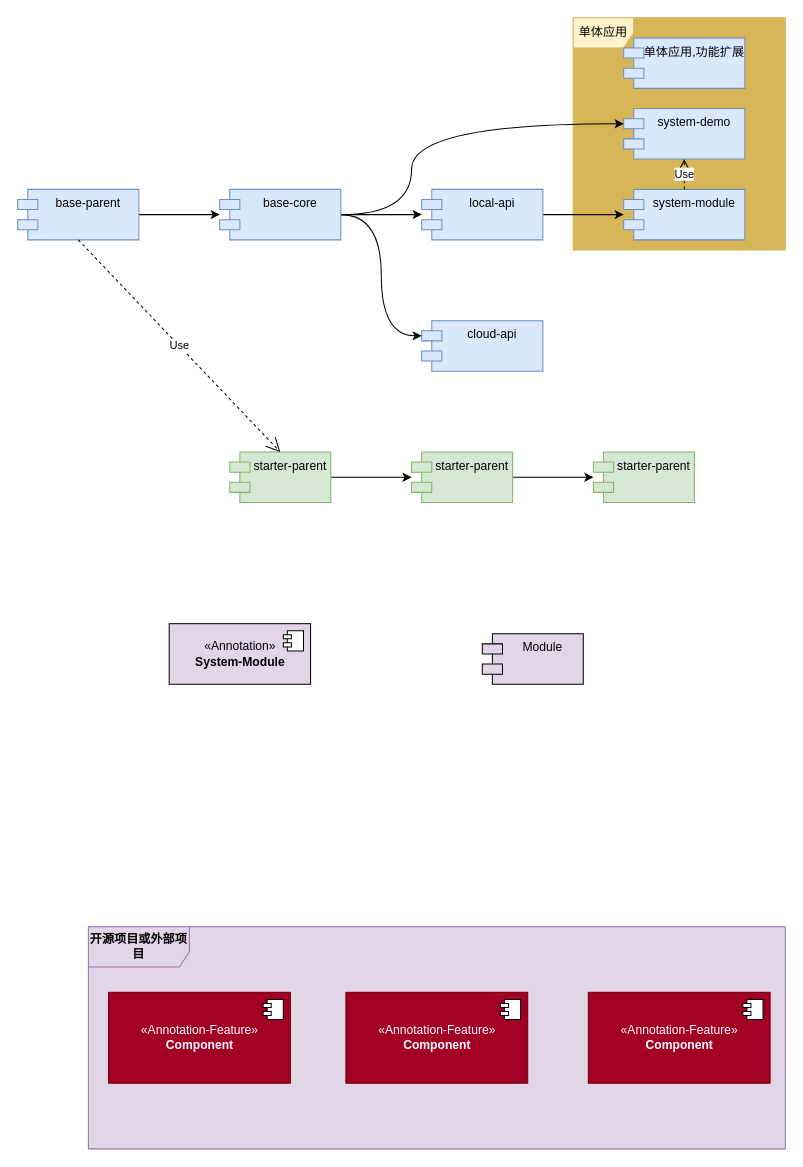
Above: ddd.drawio in gg2herry/drawio (draw.io), before the change. Source tidied: cells renumbered, new cells numbered last; positions are measured from the earlier drawing's top-left corner, leaving out a move shared by most shapes. Both pictures are drawn from the tidied source at 101%, with x=0, y=0 at pixel (17, 17).
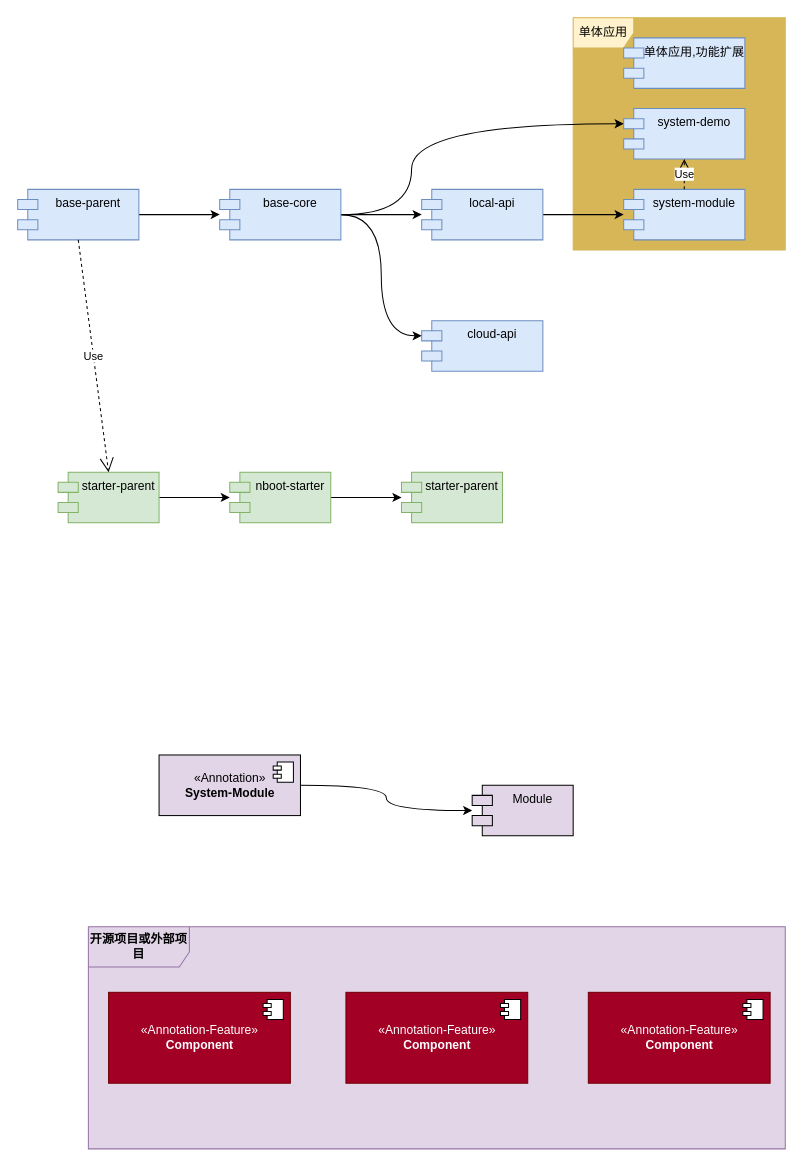
After the change.

The edit, as a diff of the source:
```diff
@@
     <mxCell id="15" value="starter-parent" style="shape=module;align=left;spacingLeft=20;align=center;verticalAlign=top;shadow=0;fillColor=#d5e8d4;strokeColor=#82b366;" parent="1" vertex="1">
-      <mxGeometry x="210" y="430" width="100" height="50" as="geometry" />
+      <mxGeometry x="40" y="450" width="100" height="50" as="geometry" />
     </mxCell>
@@
-    <mxCell id="17" value="starter-parent" style="shape=module;align=left;spacingLeft=20;align=center;verticalAlign=top;shadow=0;fillColor=#d5e8d4;strokeColor=#82b366;" parent="1" vertex="1">
-      <mxGeometry x="390" y="430" width="100" height="50" as="geometry" />
+    <mxCell id="17" value="nboot-starter" style="shape=module;align=left;spacingLeft=20;align=center;verticalAlign=top;shadow=0;fillColor=#d5e8d4;strokeColor=#82b366;" parent="1" vertex="1">
+      <mxGeometry x="210" y="450" width="100" height="50" as="geometry" />
     </mxCell>
@@
     <mxCell id="20" value="starter-parent" style="shape=module;align=left;spacingLeft=20;align=center;verticalAlign=top;shadow=0;fillColor=#d5e8d4;strokeColor=#82b366;" parent="1" vertex="1">
-      <mxGeometry x="570" y="430" width="100" height="50" as="geometry" />
+      <mxGeometry x="380" y="450" width="100" height="50" as="geometry" />
     </mxCell>
@@
+    <mxCell id="32" style="edgeStyle=orthogonalEdgeStyle;curved=1;rounded=0;jettySize=auto;html=1;entryX=0;entryY=0.5;entryDx=0;entryDy=0;entryPerimeter=0;" parent="1" edge="1" source="23" target="25">
+      <mxGeometry relative="1" as="geometry" />
+    </mxCell>
     <mxCell id="23" value="«Annotation»&lt;br&gt;&lt;b&gt;System-Module&lt;/b&gt;" style="html=1;shadow=0;fillColor=#E1D5E7;gradientColor=none;" parent="1" vertex="1">
-      <mxGeometry x="150" y="600" width="140" height="60" as="geometry" />
+      <mxGeometry x="140" y="730" width="140" height="60" as="geometry" />
     </mxCell>
@@
     <mxCell id="25" value="Module" style="shape=module;align=left;spacingLeft=20;align=center;verticalAlign=top;shadow=0;fillColor=#E1D5E7;gradientColor=none;" parent="1" vertex="1">
-      <mxGeometry x="460" y="610" width="100" height="50" as="geometry" />
+      <mxGeometry x="450" y="760" width="100" height="50" as="geometry" />
     </mxCell>
```
